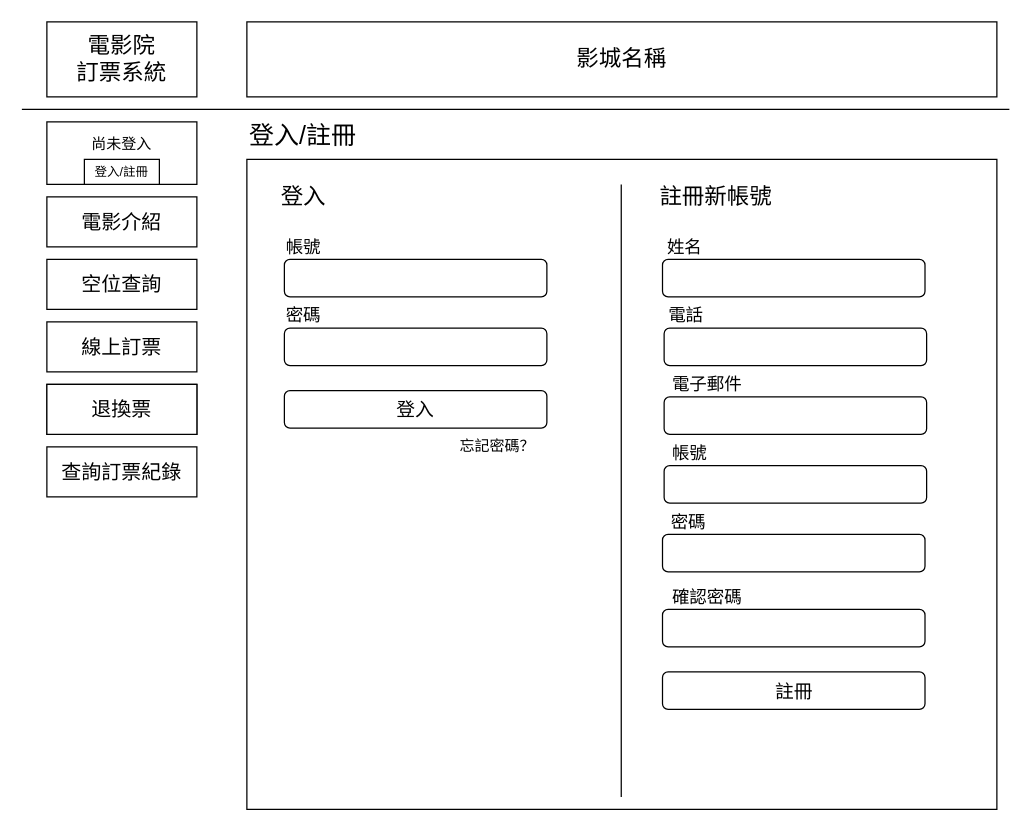
TYChicode/deepbowl keeps this draw.io diagram as UI/原檔/登入註冊.drawio. Above is the earlier version. Source tidied: cells renumbered, new cells numbered last; positions are measured from the earlier drawing's top-left corner, leaving out a move shared by most shapes. Both pictures are drawn from the tidied source at 125%, with x=0, y=0 at pixel (21, 21).
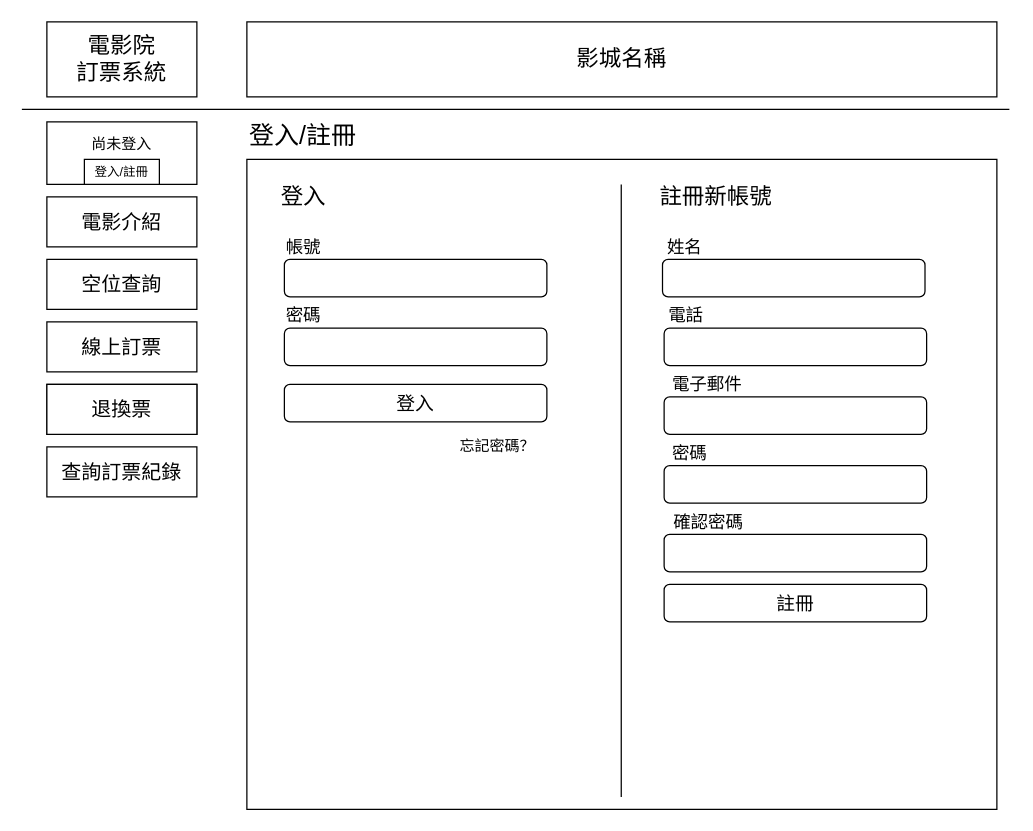
The same diagram, later.

Diff of the diagram source:
```diff
@@
     <mxCell id="22" value="&lt;font style=&quot;font-size: 15px&quot;&gt;登入&lt;/font&gt;" style="rounded=1;whiteSpace=wrap;html=1;" parent="1" vertex="1">
-      <mxGeometry x="210" y="295" width="210" height="30" as="geometry" />
+      <mxGeometry x="210" y="290" width="210" height="30" as="geometry" />
     </mxCell>
@@
-    <mxCell id="28" style="rounded=1;whiteSpace=wrap;html=1;" parent="1" vertex="1">
-      <mxGeometry x="513.8" y="355" width="210" height="30" as="geometry" />
-    </mxCell>
-    <mxCell id="29" value="&lt;font style=&quot;font-size: 14px&quot;&gt;帳號&lt;/font&gt;" style="text;html=1;align=center;verticalAlign=middle;" parent="1" vertex="1">
-      <mxGeometry x="513.8" y="335" width="40" height="20" as="geometry" />
-    </mxCell>
     <mxCell id="30" style="rounded=1;whiteSpace=wrap;html=1;" parent="1" vertex="1">
-      <mxGeometry x="512.5" y="410" width="210" height="30" as="geometry" />
+      <mxGeometry x="513.8" y="355" width="210" height="30" as="geometry" />
     </mxCell>
     <mxCell id="31" value="&lt;font style=&quot;font-size: 14px&quot;&gt;密碼&lt;/font&gt;" style="text;html=1;align=center;verticalAlign=middle;" parent="1" vertex="1">
-      <mxGeometry x="512.5" y="390" width="40" height="20" as="geometry" />
+      <mxGeometry x="513.8" y="335" width="40" height="20" as="geometry" />
     </mxCell>
     <mxCell id="32" style="rounded=1;whiteSpace=wrap;html=1;" parent="1" vertex="1">
-      <mxGeometry x="512.5" y="470" width="210" height="30" as="geometry" />
+      <mxGeometry x="513.8" y="410" width="210" height="30" as="geometry" />
     </mxCell>
     <mxCell id="33" value="&lt;font style=&quot;font-size: 14px&quot;&gt;確認密碼&lt;/font&gt;" style="text;html=1;align=center;verticalAlign=middle;" parent="1" vertex="1">
-      <mxGeometry x="512.5" y="450" width="70" height="20" as="geometry" />
+      <mxGeometry x="513.8" y="390" width="70" height="20" as="geometry" />
     </mxCell>
     <mxCell id="34" value="&lt;span style=&quot;font-size: 15px&quot;&gt;註冊&lt;/span&gt;" style="rounded=1;whiteSpace=wrap;html=1;" parent="1" vertex="1">
-      <mxGeometry x="512.5" y="520" width="210" height="30" as="geometry" />
+      <mxGeometry x="513.8" y="450" width="210" height="30" as="geometry" />
     </mxCell>
```
